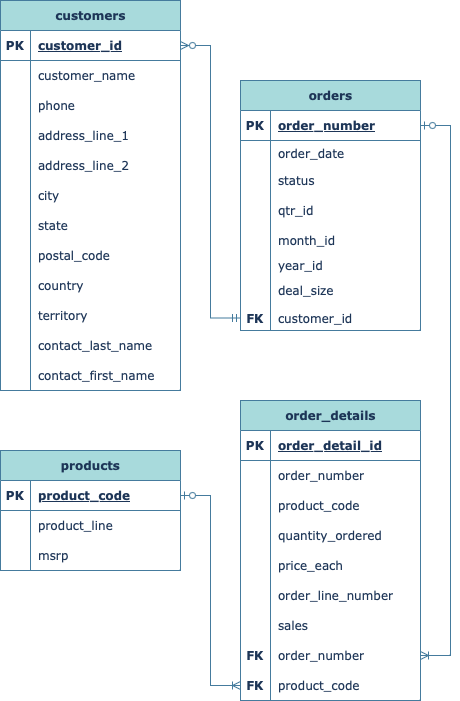
The draw.io diagram OrderManagementERD.png in megan-es/OrderManagementDB, before a commit. Source tidied: cells renumbered, new cells last; positions are measured from the earlier drawing's top-left corner, leaving out a move shared by most shapes.
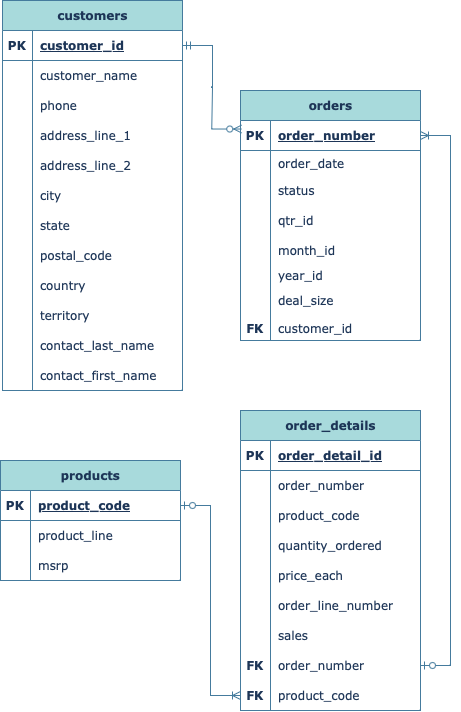
The same file after the commit.

What changed in the source:
```diff
@@ -1,4 +1,4 @@
-<mxGraphModel>
+<mxGraphModel background="#FFFFFF">
   <root>
     <mxCell id="0" />
     <mxCell id="1" parent="0" />
@@ -192,7 +192,7 @@
       <mxGeometry x="30" width="150" height="25" as="geometry" />
     </mxCell>
     <mxCell id="65" value="customers" style="shape=table;startSize=30;rowLines=0;fontStyle=1;align=center;html=1;labelBackgroundColor=none;fillColor=#A8DADC;strokeColor=#457B9D;fontColor=#1D3557;fontFamily=Verdana;" parent="1" vertex="1">
-      <mxGeometry width="180" height="390" as="geometry" />
+      <mxGeometry x="2" y="-10" width="180" height="390" as="geometry" />
     </mxCell>
     <mxCell id="66" style="shape=tableRow;horizontal=0;startSize=0;swimlaneHead=0;swimlaneBody=0;fillColor=none;points=[[0,0.5],[1,0.5]];portConstraint=eastwest;top=0;left=0;right=0;bottom=1;labelBackgroundColor=none;strokeColor=#457B9D;fontColor=#1D3557;fontFamily=Verdana;" parent="65" vertex="1">
       <mxGeometry y="30" width="180" height="30" as="geometry" />
@@ -302,16 +302,22 @@
     <mxCell id="101" value="contact_first_name" style="shape=partialRectangle;fillColor=none;top=0;left=0;bottom=0;right=0;align=left;spacingLeft=6;overflow=hidden;whiteSpace=wrap;html=1;labelBackgroundColor=none;strokeColor=#457B9D;fontColor=#1D3557;fontFamily=Verdana;" parent="99" vertex="1">
       <mxGeometry x="30" width="150" height="30" as="geometry" />
     </mxCell>
-    <mxCell id="102" style="edgeStyle=entityRelationEdgeStyle;fontSize=12;html=1;endArrow=ERzeroToMany;startArrow=ERmandOne;rounded=0;entryX=1;entryY=0.5;entryDx=0;entryDy=0;exitX=0;exitY=0.5;exitDx=0;exitDy=0;labelBackgroundColor=none;strokeColor=#457B9D;fontColor=default;fontFamily=Verdana;" parent="1" edge="1" source="62" target="66">
+    <mxCell id="102" style="edgeStyle=entityRelationEdgeStyle;fontSize=12;html=1;endArrow=ERzeroToMany;startArrow=ERmandOne;rounded=0;entryX=0.007;entryY=0.284;entryDx=0;entryDy=0;exitX=1;exitY=0.5;exitDx=0;exitDy=0;labelBackgroundColor=none;strokeColor=#457B9D;fontColor=default;fontFamily=Verdana;entryPerimeter=0;" parent="1" edge="1" source="66" target="41">
       <mxGeometry relative="1" as="geometry" />
     </mxCell>
-    <mxCell id="103" style="edgeStyle=entityRelationEdgeStyle;fontSize=12;html=1;endArrow=ERoneToMany;startArrow=ERzeroToOne;rounded=0;exitX=1;exitY=0.5;exitDx=0;exitDy=0;labelBackgroundColor=none;strokeColor=#457B9D;fontColor=default;fontFamily=Verdana;" parent="1" edge="1" source="41" target="34">
-      <mxGeometry relative="1" as="geometry" />
+    <mxCell id="103" style="edgeStyle=entityRelationEdgeStyle;fontSize=12;html=1;endArrow=ERoneToMany;startArrow=ERzeroToOne;rounded=0;labelBackgroundColor=none;strokeColor=#457B9D;fontColor=default;fontFamily=Verdana;exitX=1;exitY=0.5;exitDx=0;exitDy=0;" parent="1" edge="1" source="34" target="41">
+      <mxGeometry relative="1" as="geometry">
+        <Array as="points">
+          <mxPoint x="559" y="268" />
+        </Array>
+      </mxGeometry>
     </mxCell>
-    <mxCell id="104" style="edgeStyle=entityRelationEdgeStyle;fontSize=12;html=1;endArrow=ERoneToMany;startArrow=ERzeroToOne;rounded=0;exitX=1;exitY=0.5;exitDx=0;exitDy=0;entryX=0;entryY=0.5;entryDx=0;entryDy=0;labelBackgroundColor=none;strokeColor=#457B9D;fontColor=default;fontFamily=Verdana;" parent="1" edge="1" source="3" target="37">
+    <mxCell id="104" style="edgeStyle=entityRelationEdgeStyle;fontSize=12;html=1;endArrow=ERoneToMany;startArrow=ERzeroToOne;rounded=0;labelBackgroundColor=none;strokeColor=#457B9D;fontColor=default;fontFamily=Verdana;entryX=0;entryY=0.5;entryDx=0;entryDy=0;exitX=1;exitY=0.5;exitDx=0;exitDy=0;" parent="1" edge="1" source="3" target="37">
       <mxGeometry relative="1" as="geometry">
         <Array as="points">
-          <mxPoint x="230" y="430" />
+          <mxPoint x="193" y="1163" />
+          <mxPoint x="383" y="800" />
+          <mxPoint x="144" y="935" />
         </Array>
       </mxGeometry>
     </mxCell>
```
